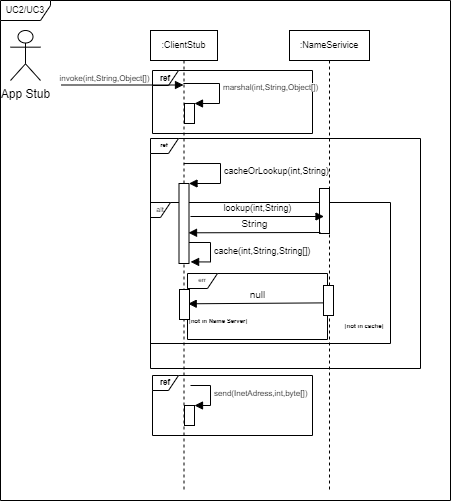
Before: Doku/images/MW_UC2_3.png, a diagram exported from draw.io (KjellooMelloo/gameoftrons). Source tidied: cells renumbered, new cells last; positions are measured from the earlier drawing's top-left corner, leaving out a move shared by most shapes. Its diagram source:
```xml
<mxGraphModel>
  <root>
    <mxCell id="0" />
    <mxCell id="1" parent="0" />
    <mxCell id="2" value="UC2/UC3" style="shape=umlFrame;whiteSpace=wrap;html=1;fontSize=9;width=50;height=20;" parent="1" vertex="1">
      <mxGeometry width="450" height="500" as="geometry" />
    </mxCell>
    <mxCell id="3" value="alt" style="shape=umlFrame;whiteSpace=wrap;html=1;fontSize=7;width=20;height=15;" parent="1" vertex="1">
      <mxGeometry x="150" y="202" width="240" height="141" as="geometry" />
    </mxCell>
    <mxCell id="4" value="App Stub" style="shape=umlActor;verticalLabelPosition=bottom;verticalAlign=top;html=1;" parent="1" vertex="1">
      <mxGeometry x="10" y="30" width="30" height="50" as="geometry" />
    </mxCell>
    <mxCell id="5" value="&lt;b&gt;ref&lt;/b&gt;" style="shape=umlFrame;whiteSpace=wrap;html=1;fontSize=6;width=28;height=15;" parent="1" vertex="1">
      <mxGeometry x="150" y="138" width="270" height="230" as="geometry" />
    </mxCell>
    <mxCell id="6" value="&lt;b&gt;ref&lt;/b&gt;" style="shape=umlFrame;whiteSpace=wrap;html=1;fontSize=8;width=26;height=15;" parent="1" vertex="1">
      <mxGeometry x="152" y="70" width="160" height="63" as="geometry" />
    </mxCell>
    <mxCell id="7" value=":ClientStub" style="shape=umlLifeline;perimeter=lifelinePerimeter;whiteSpace=wrap;html=1;outlineConnect=0;fontSize=9;size=30;" parent="1" vertex="1">
      <mxGeometry x="150" y="30" width="67" height="460" as="geometry" />
    </mxCell>
    <mxCell id="8" style="html=1;points=[];perimeter=orthogonalPerimeter;fontSize=9;" parent="7" vertex="1">
      <mxGeometry x="28.5" y="153" width="10" height="80" as="geometry" />
    </mxCell>
    <mxCell id="9" value="&lt;font style=&quot;font-size: 9px;&quot;&gt;&lt;font style=&quot;font-size: 9px;&quot;&gt;cacheOrLookup&lt;/font&gt;(int,String)&lt;/font&gt;" style="edgeStyle=orthogonalEdgeStyle;html=1;align=left;spacingLeft=2;endArrow=block;rounded=0;entryX=1;entryY=0;fontSize=9;" parent="7" edge="1" target="8">
      <mxGeometry relative="1" as="geometry">
        <mxPoint x="33.4" y="133" as="sourcePoint" />
        <Array as="points">
          <mxPoint x="70" y="133" />
          <mxPoint x="70" y="153" />
        </Array>
      </mxGeometry>
    </mxCell>
    <mxCell id="10" style="html=1;points=[];perimeter=orthogonalPerimeter;fontSize=7;" parent="7" vertex="1">
      <mxGeometry x="34" y="73" width="10" height="20" as="geometry" />
    </mxCell>
    <mxCell id="11" value="&lt;font style=&quot;font-size: 8px;&quot;&gt;marshal(int,String,Object[])&lt;/font&gt;" style="edgeStyle=orthogonalEdgeStyle;html=1;align=left;spacingLeft=2;endArrow=block;rounded=0;entryX=1;entryY=0;fontSize=7;" parent="7" edge="1" source="7" target="10">
      <mxGeometry relative="1" as="geometry">
        <Array as="points">
          <mxPoint x="69" y="53" />
          <mxPoint x="69" y="73" />
        </Array>
      </mxGeometry>
    </mxCell>
    <mxCell id="12" value="&lt;font style=&quot;font-size: 8px;&quot;&gt;invoke(int,String,Object[])&lt;/font&gt;" style="html=1;verticalAlign=bottom;endArrow=block;rounded=0;exitX=1;exitY=1;exitDx=0;exitDy=0;exitPerimeter=0;" parent="1" edge="1" target="7">
      <mxGeometry x="-0.29" y="-1" relative="1" as="geometry">
        <mxPoint x="60.5" y="84.5" as="sourcePoint" />
      </mxGeometry>
    </mxCell>
    <mxCell id="13" value=":NameSerivice" style="shape=umlLifeline;perimeter=lifelinePerimeter;whiteSpace=wrap;html=1;fontSize=9;size=30;" parent="1" vertex="1">
      <mxGeometry x="289" y="30" width="80" height="460" as="geometry" />
    </mxCell>
    <mxCell id="14" style="html=1;perimeter=orthogonalPerimeter;fontSize=9;" parent="13" vertex="1">
      <mxGeometry x="30" y="158" width="10" height="45" as="geometry" />
    </mxCell>
    <mxCell id="15" value="[not in cache]" style="text;align=center;fontStyle=1;verticalAlign=middle;spacingLeft=3;spacingRight=3;strokeColor=none;fontSize=6;" parent="13" vertex="1">
      <mxGeometry x="70" y="283" width="10" height="26" as="geometry" />
    </mxCell>
    <mxCell id="16" value="lookup(int,String)" style="html=1;verticalAlign=bottom;endArrow=block;rounded=0;fontSize=9;" parent="1" edge="1">
      <mxGeometry relative="1" as="geometry">
        <mxPoint x="190" y="216" as="sourcePoint" />
        <mxPoint x="323.5" y="216" as="targetPoint" />
      </mxGeometry>
    </mxCell>
    <mxCell id="17" value="err" style="shape=umlFrame;whiteSpace=wrap;html=1;fontSize=6;width=30;height=15;" parent="1" vertex="1">
      <mxGeometry x="187" y="273" width="140" height="66" as="geometry" />
    </mxCell>
    <mxCell id="18" value="[not in Name Server]" style="text;align=center;fontStyle=1;verticalAlign=middle;spacingLeft=3;spacingRight=3;strokeColor=none;points=[[0,0.5],[1,0.5]];portConstraint=eastwest;fontSize=6;" parent="1" vertex="1">
      <mxGeometry x="178" y="308" width="80" height="26" as="geometry" />
    </mxCell>
    <mxCell id="19" value="&lt;font style=&quot;font-size: 10px;&quot;&gt;String&lt;/font&gt;" style="html=1;verticalAlign=bottom;endArrow=block;rounded=0;fontSize=6;entryX=0.952;entryY=0.806;entryDx=0;entryDy=0;entryPerimeter=0;" parent="1" edge="1">
      <mxGeometry relative="1" as="geometry">
        <mxPoint x="320" y="232" as="sourcePoint" />
        <mxPoint x="188" y="232.3" as="targetPoint" />
      </mxGeometry>
    </mxCell>
    <mxCell id="20" value="&lt;b&gt;ref&lt;/b&gt;" style="shape=umlFrame;whiteSpace=wrap;html=1;fontSize=8;width=26;height=15;" parent="1" vertex="1">
      <mxGeometry x="152" y="375" width="160" height="60" as="geometry" />
    </mxCell>
    <mxCell id="21" value="&lt;font style=&quot;font-size: 10px;&quot;&gt;null&lt;/font&gt;" style="html=1;verticalAlign=bottom;endArrow=block;rounded=0;fontSize=6;entryX=0.005;entryY=0.459;entryDx=0;entryDy=0;entryPerimeter=0;exitX=0.989;exitY=0.445;exitDx=0;exitDy=0;exitPerimeter=0;" parent="1" edge="1" source="17" target="17">
      <mxGeometry relative="1" as="geometry" />
    </mxCell>
    <mxCell id="22" style="html=1;points=[];perimeter=orthogonalPerimeter;fontSize=7;" parent="1" vertex="1">
      <mxGeometry x="184" y="405" width="10" height="20" as="geometry" />
    </mxCell>
    <mxCell id="23" value="&lt;font style=&quot;font-size: 8px;&quot;&gt;send(InetAdress,int,byte[])&lt;/font&gt;" style="edgeStyle=orthogonalEdgeStyle;html=1;align=left;spacingLeft=2;endArrow=block;rounded=0;entryX=1;entryY=0;fontSize=7;" parent="1" edge="1" target="22">
      <mxGeometry relative="1" as="geometry">
        <mxPoint x="190" y="385" as="sourcePoint" />
        <Array as="points">
          <mxPoint x="210" y="385" />
          <mxPoint x="210" y="405" />
        </Array>
      </mxGeometry>
    </mxCell>
    <mxCell id="24" value="cache(int,String,String[])" style="edgeStyle=orthogonalEdgeStyle;html=1;align=left;spacingLeft=2;endArrow=block;rounded=0;entryX=1.16;entryY=0.98;fontSize=9;entryDx=0;entryDy=0;entryPerimeter=0;" parent="1" edge="1" target="8">
      <mxGeometry relative="1" as="geometry">
        <mxPoint x="188.5" y="242" as="sourcePoint" />
        <Array as="points">
          <mxPoint x="210" y="242" />
          <mxPoint x="210" y="261" />
        </Array>
      </mxGeometry>
    </mxCell>
    <mxCell id="25" style="html=1;perimeter=orthogonalPerimeter;fontSize=9;" parent="1" vertex="1">
      <mxGeometry x="323" y="285" width="10" height="30" as="geometry" />
    </mxCell>
    <mxCell id="26" style="html=1;perimeter=orthogonalPerimeter;fontSize=9;" parent="1" vertex="1">
      <mxGeometry x="179" y="289" width="10" height="30" as="geometry" />
    </mxCell>
  </root>
</mxGraphModel>
```
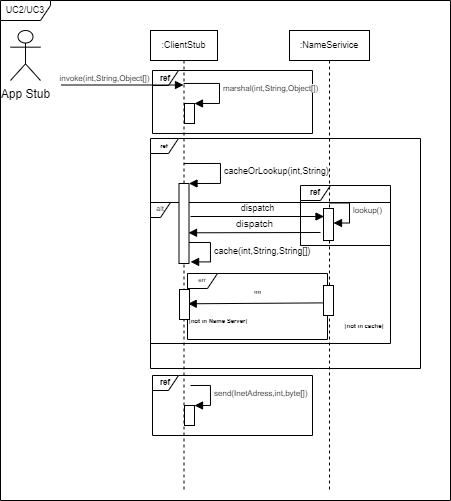
The same file after the commit.

What changed in the source:
```diff
@@ -52,61 +52,74 @@
       <mxGeometry x="289" y="30" width="80" height="460" as="geometry" />
     </mxCell>
     <mxCell id="14" style="html=1;perimeter=orthogonalPerimeter;fontSize=9;" parent="13" vertex="1">
-      <mxGeometry x="30" y="158" width="10" height="45" as="geometry" />
+      <mxGeometry x="34" y="178" width="10" height="32" as="geometry" />
     </mxCell>
     <mxCell id="15" value="[not in cache]" style="text;align=center;fontStyle=1;verticalAlign=middle;spacingLeft=3;spacingRight=3;strokeColor=none;fontSize=6;" parent="13" vertex="1">
       <mxGeometry x="70" y="283" width="10" height="26" as="geometry" />
     </mxCell>
-    <mxCell id="16" value="lookup(int,String)" style="html=1;verticalAlign=bottom;endArrow=block;rounded=0;fontSize=9;" parent="1" edge="1">
+    <mxCell id="16" value="&lt;font style=&quot;font-size: 8px;&quot;&gt;lookup()&lt;/font&gt;" style="edgeStyle=orthogonalEdgeStyle;html=1;align=left;spacingLeft=2;endArrow=block;rounded=0;entryX=1;entryY=0;fontSize=7;" parent="13" edge="1">
       <mxGeometry relative="1" as="geometry">
-        <mxPoint x="190" y="216" as="sourcePoint" />
-        <mxPoint x="323.5" y="216" as="targetPoint" />
+        <mxPoint x="40" y="172.5" as="sourcePoint" />
+        <mxPoint x="44" y="192.5" as="targetPoint" />
+        <Array as="points">
+          <mxPoint x="60" y="172.5" />
+          <mxPoint x="60" y="192.5" />
+        </Array>
       </mxGeometry>
     </mxCell>
-    <mxCell id="17" value="err" style="shape=umlFrame;whiteSpace=wrap;html=1;fontSize=6;width=30;height=15;" parent="1" vertex="1">
-      <mxGeometry x="187" y="273" width="140" height="66" as="geometry" />
+    <mxCell id="17" value="dispatch" style="html=1;verticalAlign=bottom;endArrow=block;rounded=0;fontSize=9;" parent="1" edge="1">
+      <mxGeometry relative="1" as="geometry">
+        <mxPoint x="190" y="216" as="sourcePoint" />
+        <mxPoint x="323.5" y="216" as="targetPoint" />
+      </mxGeometry>
     </mxCell>
-    <mxCell id="18" value="[not in Name Server]" style="text;align=center;fontStyle=1;verticalAlign=middle;spacingLeft=3;spacingRight=3;strokeColor=none;points=[[0,0.5],[1,0.5]];portConstraint=eastwest;fontSize=6;" parent="1" vertex="1">
-      <mxGeometry x="178" y="308" width="80" height="26" as="geometry" />
+    <mxCell id="18" value="err" style="shape=umlFrame;whiteSpace=wrap;html=1;fontSize=6;width=30;height=15;" parent="1" vertex="1">
+      <mxGeometry x="187" y="273" width="140" height="66" as="geometry" />
     </mxCell>
-    <mxCell id="19" value="&lt;font style=&quot;font-size: 10px;&quot;&gt;String&lt;/font&gt;" style="html=1;verticalAlign=bottom;endArrow=block;rounded=0;fontSize=6;entryX=0.952;entryY=0.806;entryDx=0;entryDy=0;entryPerimeter=0;" parent="1" edge="1">
-      <mxGeometry relative="1" as="geometry">
-        <mxPoint x="320" y="232" as="sourcePoint" />
-        <mxPoint x="188" y="232.3" as="targetPoint" />
-      </mxGeometry>
+    <mxCell id="19" value="[not in Name Server]" style="text;align=center;fontStyle=1;verticalAlign=middle;spacingLeft=3;spacingRight=3;strokeColor=none;fontSize=6;" parent="1" vertex="1">
+      <mxGeometry x="178" y="308" width="80" height="26" as="geometry" />
     </mxCell>
-    <mxCell id="20" value="&lt;b&gt;ref&lt;/b&gt;" style="shape=umlFrame;whiteSpace=wrap;html=1;fontSize=8;width=26;height=15;" parent="1" vertex="1">
-      <mxGeometry x="152" y="375" width="160" height="60" as="geometry" />
+    <mxCell id="20" value="&lt;font style=&quot;font-size: 10px;&quot;&gt;dispatch&lt;/font&gt;" style="html=1;verticalAlign=bottom;endArrow=block;rounded=0;fontSize=6;entryX=0.952;entryY=0.806;entryDx=0;entryDy=0;entryPerimeter=0;" parent="1" edge="1">
+      <mxGeometry relative="1" as="geometry">
+        <mxPoint x="320" y="232" as="sourcePoint" />
+        <mxPoint x="188" y="232.3" as="targetPoint" />
+      </mxGeometry>
     </mxCell>
-    <mxCell id="21" value="&lt;font style=&quot;font-size: 10px;&quot;&gt;null&lt;/font&gt;" style="html=1;verticalAlign=bottom;endArrow=block;rounded=0;fontSize=6;entryX=0.005;entryY=0.459;entryDx=0;entryDy=0;entryPerimeter=0;exitX=0.989;exitY=0.445;exitDx=0;exitDy=0;exitPerimeter=0;" parent="1" edge="1" source="17" target="17">
-      <mxGeometry relative="1" as="geometry" />
+    <mxCell id="21" value="&lt;b&gt;ref&lt;/b&gt;" style="shape=umlFrame;whiteSpace=wrap;html=1;fontSize=8;width=26;height=15;" parent="1" vertex="1">
+      <mxGeometry x="152" y="375" width="160" height="60" as="geometry" />
     </mxCell>
-    <mxCell id="22" style="html=1;points=[];perimeter=orthogonalPerimeter;fontSize=7;" parent="1" vertex="1">
-      <mxGeometry x="184" y="405" width="10" height="20" as="geometry" />
+    <mxCell id="22" value="&lt;span style=&quot;font-size: 10px;&quot;&gt;&quot;&quot;&lt;/span&gt;" style="html=1;verticalAlign=bottom;endArrow=block;rounded=0;fontSize=6;entryX=0.005;entryY=0.459;entryDx=0;entryDy=0;entryPerimeter=0;exitX=0.989;exitY=0.445;exitDx=0;exitDy=0;exitPerimeter=0;" parent="1" edge="1" source="18" target="18">
+      <mxGeometry relative="1" as="geometry" />
     </mxCell>
-    <mxCell id="23" value="&lt;font style=&quot;font-size: 8px;&quot;&gt;send(InetAdress,int,byte[])&lt;/font&gt;" style="edgeStyle=orthogonalEdgeStyle;html=1;align=left;spacingLeft=2;endArrow=block;rounded=0;entryX=1;entryY=0;fontSize=7;" parent="1" edge="1" target="22">
-      <mxGeometry relative="1" as="geometry">
-        <mxPoint x="190" y="385" as="sourcePoint" />
-        <Array as="points">
-          <mxPoint x="210" y="385" />
-          <mxPoint x="210" y="405" />
-        </Array>
-      </mxGeometry>
+    <mxCell id="23" style="html=1;points=[];perimeter=orthogonalPerimeter;fontSize=7;" parent="1" vertex="1">
+      <mxGeometry x="184" y="405" width="10" height="20" as="geometry" />
     </mxCell>
-    <mxCell id="24" value="cache(int,String,String[])" style="edgeStyle=orthogonalEdgeStyle;html=1;align=left;spacingLeft=2;endArrow=block;rounded=0;entryX=1.16;entryY=0.98;fontSize=9;entryDx=0;entryDy=0;entryPerimeter=0;" parent="1" edge="1" target="8">
+    <mxCell id="24" value="&lt;font style=&quot;font-size: 8px;&quot;&gt;send(InetAdress,int,byte[])&lt;/font&gt;" style="edgeStyle=orthogonalEdgeStyle;html=1;align=left;spacingLeft=2;endArrow=block;rounded=0;entryX=1;entryY=0;fontSize=7;" parent="1" edge="1" target="23">
       <mxGeometry relative="1" as="geometry">
-        <mxPoint x="188.5" y="242" as="sourcePoint" />
+        <mxPoint x="190" y="385" as="sourcePoint" />
         <Array as="points">
-          <mxPoint x="210" y="242" />
-          <mxPoint x="210" y="261" />
+          <mxPoint x="210" y="385" />
+          <mxPoint x="210" y="405" />
         </Array>
       </mxGeometry>
     </mxCell>
-    <mxCell id="25" style="html=1;perimeter=orthogonalPerimeter;fontSize=9;" parent="1" vertex="1">
-      <mxGeometry x="323" y="285" width="10" height="30" as="geometry" />
+    <mxCell id="25" value="cache(int,String,String[])" style="edgeStyle=orthogonalEdgeStyle;html=1;align=left;spacingLeft=2;endArrow=block;rounded=0;entryX=1.16;entryY=0.98;fontSize=9;entryDx=0;entryDy=0;entryPerimeter=0;" parent="1" edge="1" target="8">
+      <mxGeometry relative="1" as="geometry">
+        <mxPoint x="188.5" y="242" as="sourcePoint" />
+        <Array as="points">
+          <mxPoint x="210" y="242" />
+          <mxPoint x="210" y="261" />
+        </Array>
+      </mxGeometry>
     </mxCell>
     <mxCell id="26" style="html=1;perimeter=orthogonalPerimeter;fontSize=9;" parent="1" vertex="1">
-      <mxGeometry x="179" y="289" width="10" height="30" as="geometry" />
+      <mxGeometry x="323" y="285" width="10" height="30" as="geometry" />
     </mxCell>
+    <mxCell id="27" style="html=1;perimeter=orthogonalPerimeter;fontSize=9;" parent="1" vertex="1">
+      <mxGeometry x="179" y="289" width="10" height="30" as="geometry" />
+    </mxCell>
+    <mxCell id="28" value="&lt;b&gt;ref&lt;/b&gt;" style="shape=umlFrame;whiteSpace=wrap;html=1;fontSize=8;width=30;height=15;" parent="1" vertex="1">
+      <mxGeometry x="300" y="185" width="90" height="60" as="geometry" />
+    </mxCell>
   </root>
 </mxGraphModel>
```
